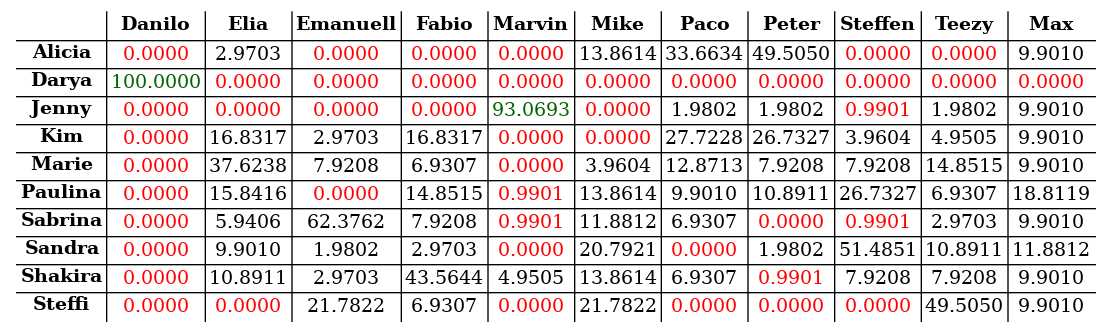
Earlier version of the Graphviz export s03r/s03r_tab.png (atticus-sullivan/sim-ayto). Its source is kept beside it as s03r/s03r_tab.dot.
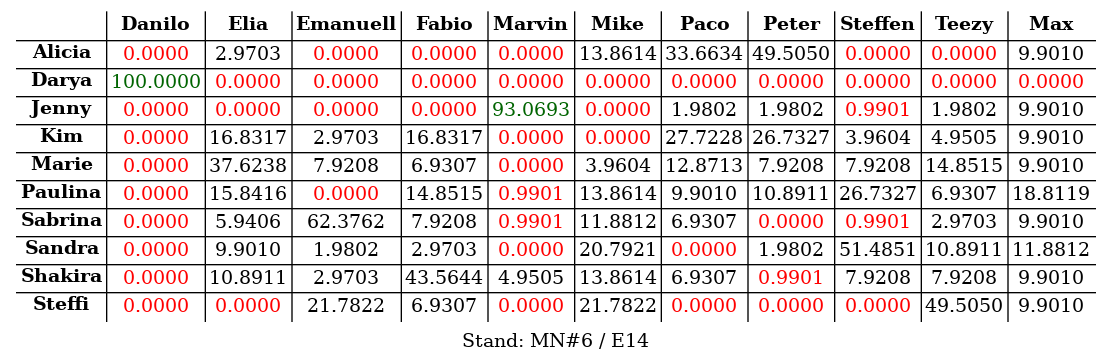
Above is the later version.

What changed in the source:
```diff
@@ -1,4 +1,4 @@
-digraph structs { node[shape=plaintext] struct[label=<
+digraph structs { labelloc="b"; label="Stand: MN#6 / E14"; node[shape=plaintext] struct[label=<
 <table cellspacing="2" border="0" rows="*" columns="*">
 <tr>
 <td></td>
```
